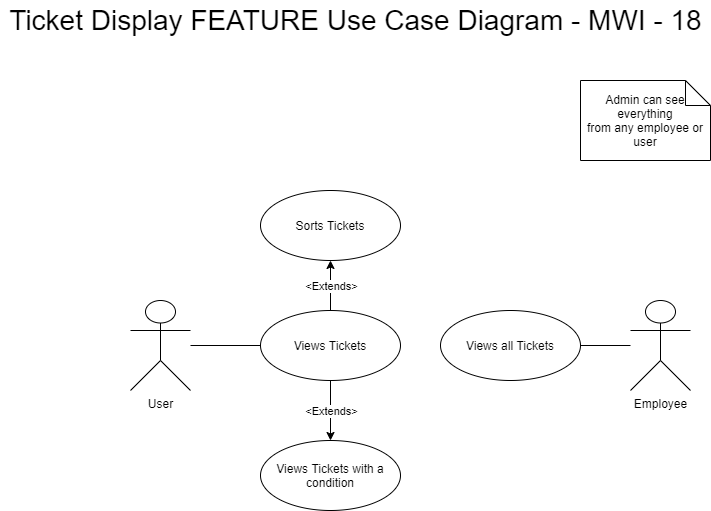
Earlier version of the draw.io export ProjectArtifacts/Diagrams/Iteration 2/TicketingDisplay_FEATURE-mwi-18/TicketDisplay-Use_Case_Diagram_mwi_18.png (jake-pauls/Untitled_UHDA_Project). Source tidied: cells renumbered, new cells last; positions are measured from the earlier drawing's top-left corner, leaving out a move shared by most shapes. Source of this version:
```xml
<mxGraphModel>
  <root>
    <mxCell id="0" />
    <mxCell id="1" parent="0" />
    <mxCell id="2" value="Employee" style="shape=umlActor;verticalLabelPosition=bottom;verticalAlign=top;html=1;outlineConnect=0;" parent="1" vertex="1">
      <mxGeometry x="630" y="300" width="60" height="90" as="geometry" />
    </mxCell>
    <mxCell id="3" value="User" style="shape=umlActor;verticalLabelPosition=bottom;verticalAlign=top;html=1;outlineConnect=0;" parent="1" vertex="1">
      <mxGeometry x="130" y="300" width="60" height="90" as="geometry" />
    </mxCell>
    <mxCell id="4" value="Admin can see everything&lt;br&gt;from any employee or user" style="shape=note2;boundedLbl=1;whiteSpace=wrap;html=1;size=25;verticalAlign=middle;align=center;labelPosition=center;verticalLabelPosition=middle;" parent="1" vertex="1">
      <mxGeometry x="580" y="80" width="130" height="80" as="geometry" />
    </mxCell>
    <mxCell id="5" value="Views Tickets" style="ellipse;whiteSpace=wrap;html=1;" parent="1" vertex="1">
      <mxGeometry x="260" y="310" width="140" height="70" as="geometry" />
    </mxCell>
    <mxCell id="6" value="Sorts Tickets" style="ellipse;whiteSpace=wrap;html=1;" parent="1" vertex="1">
      <mxGeometry x="260" y="190" width="140" height="70" as="geometry" />
    </mxCell>
    <mxCell id="7" value="Views Tickets with a condition" style="ellipse;whiteSpace=wrap;html=1;" parent="1" vertex="1">
      <mxGeometry x="260" y="440" width="140" height="70" as="geometry" />
    </mxCell>
    <mxCell id="8" value="Views all Tickets" style="ellipse;whiteSpace=wrap;html=1;" parent="1" vertex="1">
      <mxGeometry x="440" y="310" width="140" height="70" as="geometry" />
    </mxCell>
    <mxCell id="9" style="endArrow=none;html=1;exitX=1;exitY=0.5;exitDx=0;exitDy=0;" parent="1" edge="1" source="8" target="2">
      <mxGeometry relative="1" as="geometry" />
    </mxCell>
    <mxCell id="10" style="endArrow=none;html=1;exitX=0;exitY=0.5;exitDx=0;exitDy=0;" parent="1" edge="1" source="5" target="3">
      <mxGeometry relative="1" as="geometry" />
    </mxCell>
    <mxCell id="11" style="endArrow=classic;html=1;exitX=0.5;exitY=0;exitDx=0;exitDy=0;entryX=0.5;entryY=1;entryDx=0;entryDy=0;" parent="1" edge="1" source="5" target="6">
      <mxGeometry relative="1" as="geometry" />
    </mxCell>
    <mxCell id="12" value="&amp;lt;Extends&amp;gt;" style="edgeLabel;html=1;align=center;verticalAlign=middle;" parent="11" vertex="1">
      <mxGeometry relative="1" as="geometry" />
    </mxCell>
    <mxCell id="13" style="endArrow=classic;html=1;exitX=0.5;exitY=1;exitDx=0;exitDy=0;entryX=0.5;entryY=0;entryDx=0;entryDy=0;" parent="1" edge="1" source="5" target="7">
      <mxGeometry relative="1" as="geometry" />
    </mxCell>
    <mxCell id="14" value="&amp;lt;Extends&amp;gt;" style="edgeLabel;html=1;align=center;verticalAlign=middle;" parent="13" vertex="1">
      <mxGeometry relative="1" as="geometry" />
    </mxCell>
    <mxCell id="15" value="Ticket Display FEATURE Use Case Diagram - MWI - 18" style="text;html=1;align=center;verticalAlign=middle;fontSize=28;" parent="1" vertex="1">
      <mxGeometry width="710" height="40" as="geometry" />
    </mxCell>
  </root>
</mxGraphModel>
```
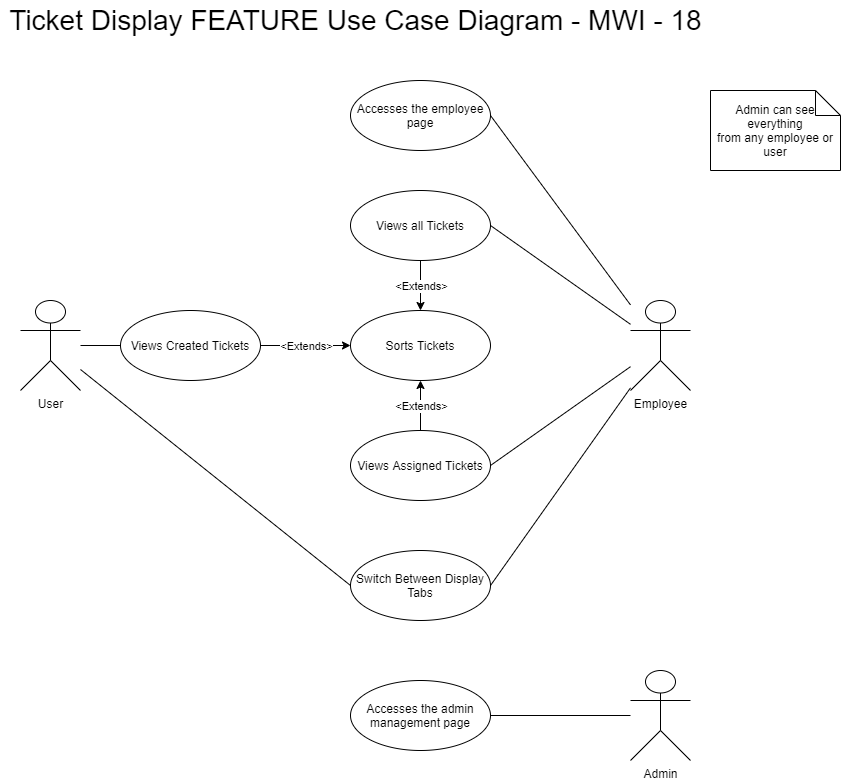
After the commit.

Commit message:
HOTFIX: Revised Iteration 2 use case diagrams to accomodate new long form use case structure in wiki

What changed in the source:
```diff
@@ -6,22 +6,19 @@
       <mxGeometry x="630" y="300" width="60" height="90" as="geometry" />
     </mxCell>
     <mxCell id="3" value="User" style="shape=umlActor;verticalLabelPosition=bottom;verticalAlign=top;html=1;outlineConnect=0;" parent="1" vertex="1">
-      <mxGeometry x="130" y="300" width="60" height="90" as="geometry" />
+      <mxGeometry x="20" y="300" width="60" height="90" as="geometry" />
     </mxCell>
     <mxCell id="4" value="Admin can see everything&lt;br&gt;from any employee or user" style="shape=note2;boundedLbl=1;whiteSpace=wrap;html=1;size=25;verticalAlign=middle;align=center;labelPosition=center;verticalLabelPosition=middle;" parent="1" vertex="1">
-      <mxGeometry x="580" y="80" width="130" height="80" as="geometry" />
+      <mxGeometry x="710" y="90" width="130" height="80" as="geometry" />
     </mxCell>
-    <mxCell id="5" value="Views Tickets" style="ellipse;whiteSpace=wrap;html=1;" parent="1" vertex="1">
-      <mxGeometry x="260" y="310" width="140" height="70" as="geometry" />
+    <mxCell id="5" value="Views Created Tickets" style="ellipse;whiteSpace=wrap;html=1;" parent="1" vertex="1">
+      <mxGeometry x="120" y="310" width="140" height="70" as="geometry" />
     </mxCell>
     <mxCell id="6" value="Sorts Tickets" style="ellipse;whiteSpace=wrap;html=1;" parent="1" vertex="1">
-      <mxGeometry x="260" y="190" width="140" height="70" as="geometry" />
+      <mxGeometry x="350" y="310" width="140" height="70" as="geometry" />
     </mxCell>
-    <mxCell id="7" value="Views Tickets with a condition" style="ellipse;whiteSpace=wrap;html=1;" parent="1" vertex="1">
-      <mxGeometry x="260" y="440" width="140" height="70" as="geometry" />
-    </mxCell>
     <mxCell id="8" value="Views all Tickets" style="ellipse;whiteSpace=wrap;html=1;" parent="1" vertex="1">
-      <mxGeometry x="440" y="310" width="140" height="70" as="geometry" />
+      <mxGeometry x="350" y="190" width="140" height="70" as="geometry" />
     </mxCell>
     <mxCell id="9" style="endArrow=none;html=1;exitX=1;exitY=0.5;exitDx=0;exitDy=0;" parent="1" edge="1" source="8" target="2">
       <mxGeometry relative="1" as="geometry" />
@@ -29,20 +26,56 @@
     <mxCell id="10" style="endArrow=none;html=1;exitX=0;exitY=0.5;exitDx=0;exitDy=0;" parent="1" edge="1" source="5" target="3">
       <mxGeometry relative="1" as="geometry" />
     </mxCell>
-    <mxCell id="11" style="endArrow=classic;html=1;exitX=0.5;exitY=0;exitDx=0;exitDy=0;entryX=0.5;entryY=1;entryDx=0;entryDy=0;" parent="1" edge="1" source="5" target="6">
+    <mxCell id="11" style="endArrow=classic;html=1;exitX=1;exitY=0.5;exitDx=0;exitDy=0;entryX=0;entryY=0.5;entryDx=0;entryDy=0;" parent="1" edge="1" source="5" target="6">
       <mxGeometry relative="1" as="geometry" />
     </mxCell>
     <mxCell id="12" value="&amp;lt;Extends&amp;gt;" style="edgeLabel;html=1;align=center;verticalAlign=middle;" parent="11" vertex="1">
       <mxGeometry relative="1" as="geometry" />
     </mxCell>
-    <mxCell id="13" style="endArrow=classic;html=1;exitX=0.5;exitY=1;exitDx=0;exitDy=0;entryX=0.5;entryY=0;entryDx=0;entryDy=0;" parent="1" edge="1" source="5" target="7">
-      <mxGeometry relative="1" as="geometry" />
-    </mxCell>
-    <mxCell id="14" value="&amp;lt;Extends&amp;gt;" style="edgeLabel;html=1;align=center;verticalAlign=middle;" parent="13" vertex="1">
-      <mxGeometry relative="1" as="geometry" />
-    </mxCell>
     <mxCell id="15" value="Ticket Display FEATURE Use Case Diagram - MWI - 18" style="text;html=1;align=center;verticalAlign=middle;fontSize=28;" parent="1" vertex="1">
       <mxGeometry width="710" height="40" as="geometry" />
     </mxCell>
+    <mxCell id="16" value="Views Assigned Tickets" style="ellipse;whiteSpace=wrap;html=1;" parent="1" vertex="1">
+      <mxGeometry x="350" y="430" width="140" height="70" as="geometry" />
+    </mxCell>
+    <mxCell id="17" style="endArrow=none;html=1;exitX=1;exitY=0.5;exitDx=0;exitDy=0;" parent="1" edge="1" source="16" target="2">
+      <mxGeometry relative="1" as="geometry" />
+    </mxCell>
+    <mxCell id="18" value="Switch Between Display Tabs" style="ellipse;whiteSpace=wrap;html=1;" parent="1" vertex="1">
+      <mxGeometry x="350" y="550" width="140" height="70" as="geometry" />
+    </mxCell>
+    <mxCell id="19" style="endArrow=none;html=1;exitX=1;exitY=0.5;exitDx=0;exitDy=0;" parent="1" edge="1" source="18" target="2">
+      <mxGeometry relative="1" as="geometry" />
+    </mxCell>
+    <mxCell id="20" style="endArrow=none;html=1;exitX=0;exitY=0.5;exitDx=0;exitDy=0;" parent="1" edge="1" source="18" target="3">
+      <mxGeometry relative="1" as="geometry" />
+    </mxCell>
+    <mxCell id="21" style="endArrow=classic;html=1;exitX=0.5;exitY=0;exitDx=0;exitDy=0;entryX=0.5;entryY=1;entryDx=0;entryDy=0;" parent="1" edge="1" source="16" target="6">
+      <mxGeometry relative="1" as="geometry" />
+    </mxCell>
+    <mxCell id="22" value="&amp;lt;Extends&amp;gt;" style="edgeLabel;html=1;align=center;verticalAlign=middle;" parent="21" vertex="1">
+      <mxGeometry relative="1" as="geometry" />
+    </mxCell>
+    <mxCell id="23" style="endArrow=classic;html=1;exitX=0.5;exitY=1;exitDx=0;exitDy=0;entryX=0.5;entryY=0;entryDx=0;entryDy=0;" parent="1" edge="1" source="8" target="6">
+      <mxGeometry relative="1" as="geometry" />
+    </mxCell>
+    <mxCell id="24" value="&amp;lt;Extends&amp;gt;" style="edgeLabel;html=1;align=center;verticalAlign=middle;" parent="23" vertex="1">
+      <mxGeometry relative="1" as="geometry" />
+    </mxCell>
+    <mxCell id="25" value="Admin" style="shape=umlActor;verticalLabelPosition=bottom;verticalAlign=top;html=1;outlineConnect=0;" parent="1" vertex="1">
+      <mxGeometry x="630" y="670" width="60" height="90" as="geometry" />
+    </mxCell>
+    <mxCell id="26" value="Accesses the admin management page" style="ellipse;whiteSpace=wrap;html=1;" parent="1" vertex="1">
+      <mxGeometry x="350" y="680" width="140" height="70" as="geometry" />
+    </mxCell>
+    <mxCell id="27" style="endArrow=none;html=1;exitX=1;exitY=0.5;exitDx=0;exitDy=0;" parent="1" edge="1" source="26" target="25">
+      <mxGeometry relative="1" as="geometry" />
+    </mxCell>
+    <mxCell id="28" value="Accesses the employee page" style="ellipse;whiteSpace=wrap;html=1;" parent="1" vertex="1">
+      <mxGeometry x="350" y="80" width="140" height="70" as="geometry" />
+    </mxCell>
+    <mxCell id="29" style="endArrow=none;html=1;exitX=1;exitY=0.5;exitDx=0;exitDy=0;" parent="1" edge="1" source="28" target="2">
+      <mxGeometry relative="1" as="geometry" />
+    </mxCell>
   </root>
 </mxGraphModel>
```
